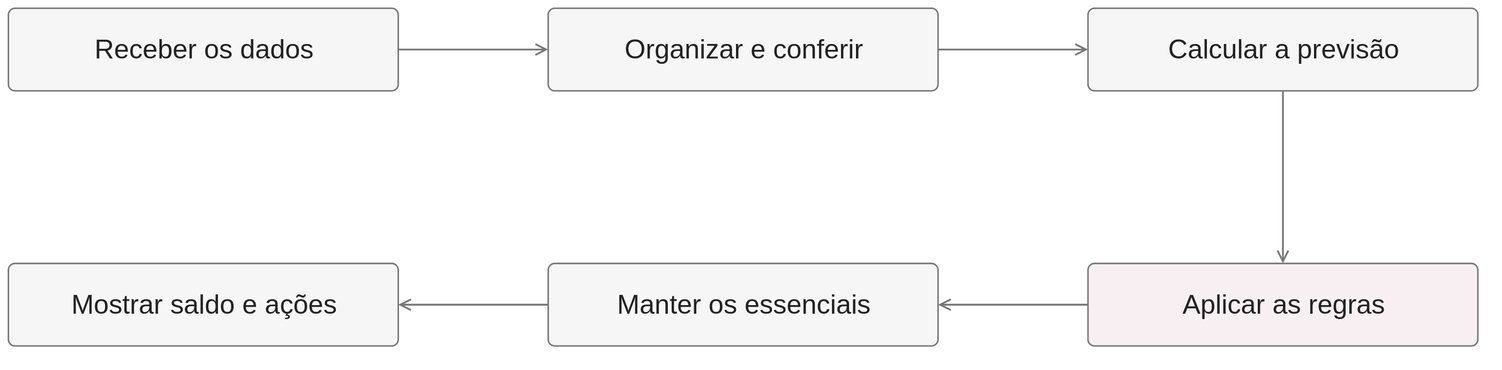
This is entregas/aurora/diagramas/figura3-fluxo.svg from jrzendron/fiap-fase3-atividade-capitulo1-colonia-inteligente, a draw.io export, as it was before one commit. Source tidied: cells renumbered, new cells last; positions are measured from the earlier drawing's top-left corner, leaving out a move shared by most shapes. Source of this version:
```xml
<mxGraphModel background="#FFFFFF">
  <root>
    <mxCell id="0" />
    <mxCell id="1" parent="0" />
    <mxCell id="2" value="Receber os dados" style="rounded=1;arcSize=8;whiteSpace=wrap;html=0;fillColor=#F6F6F6;strokeColor=#777777;strokeWidth=1;fontColor=#222222;fontFamily=Arial;fontSize=18;align=center;verticalAlign=middle;spacing=5;" parent="1" vertex="1">
      <mxGeometry width="260" height="55" as="geometry" />
    </mxCell>
    <mxCell id="3" value="Organizar e conferir" style="rounded=1;arcSize=8;whiteSpace=wrap;html=0;fillColor=#F6F6F6;strokeColor=#777777;strokeWidth=1;fontColor=#222222;fontFamily=Arial;fontSize=18;align=center;verticalAlign=middle;spacing=5;" parent="1" vertex="1">
      <mxGeometry x="360" width="260" height="55" as="geometry" />
    </mxCell>
    <mxCell id="4" value="Calcular a previsão" style="rounded=1;arcSize=8;whiteSpace=wrap;html=0;fillColor=#F6F6F6;strokeColor=#777777;strokeWidth=1;fontColor=#222222;fontFamily=Arial;fontSize=18;align=center;verticalAlign=middle;spacing=5;" parent="1" vertex="1">
      <mxGeometry x="720" width="260" height="55" as="geometry" />
    </mxCell>
    <mxCell id="5" value="Aplicar as regras" style="rounded=1;arcSize=8;whiteSpace=wrap;html=0;fillColor=#F8EFF3;strokeColor=#777777;strokeWidth=1;fontColor=#222222;fontFamily=Arial;fontSize=18;align=center;verticalAlign=middle;spacing=5;" parent="1" vertex="1">
      <mxGeometry x="720" y="170" width="260" height="55" as="geometry" />
    </mxCell>
    <mxCell id="6" value="Manter os essenciais" style="rounded=1;arcSize=8;whiteSpace=wrap;html=0;fillColor=#F6F6F6;strokeColor=#777777;strokeWidth=1;fontColor=#222222;fontFamily=Arial;fontSize=18;align=center;verticalAlign=middle;spacing=5;" parent="1" vertex="1">
      <mxGeometry x="360" y="170" width="260" height="55" as="geometry" />
    </mxCell>
    <mxCell id="7" value="Mostrar saldo e ações" style="rounded=1;arcSize=8;whiteSpace=wrap;html=0;fillColor=#F6F6F6;strokeColor=#777777;strokeWidth=1;fontColor=#222222;fontFamily=Arial;fontSize=18;align=center;verticalAlign=middle;spacing=5;" parent="1" vertex="1">
      <mxGeometry y="170" width="260" height="55" as="geometry" />
    </mxCell>
    <mxCell id="8" style="edgeStyle=none;html=0;endArrow=open;endFill=0;strokeColor=#777777;strokeWidth=1.2;" parent="1" edge="1" source="2" target="3">
      <mxGeometry relative="1" as="geometry" />
    </mxCell>
    <mxCell id="9" style="edgeStyle=none;html=0;endArrow=open;endFill=0;strokeColor=#777777;strokeWidth=1.2;" parent="1" edge="1" source="3" target="4">
      <mxGeometry relative="1" as="geometry" />
    </mxCell>
    <mxCell id="10" style="edgeStyle=none;html=0;endArrow=open;endFill=0;strokeColor=#777777;strokeWidth=1.2;" parent="1" edge="1" source="4" target="5">
      <mxGeometry relative="1" as="geometry" />
    </mxCell>
    <mxCell id="11" style="edgeStyle=none;html=0;endArrow=open;endFill=0;strokeColor=#777777;strokeWidth=1.2;" parent="1" edge="1" source="5" target="6">
      <mxGeometry relative="1" as="geometry" />
    </mxCell>
    <mxCell id="12" style="edgeStyle=none;html=0;endArrow=open;endFill=0;strokeColor=#777777;strokeWidth=1.2;" parent="1" edge="1" source="6" target="7">
      <mxGeometry relative="1" as="geometry" />
    </mxCell>
  </root>
</mxGraphModel>
```
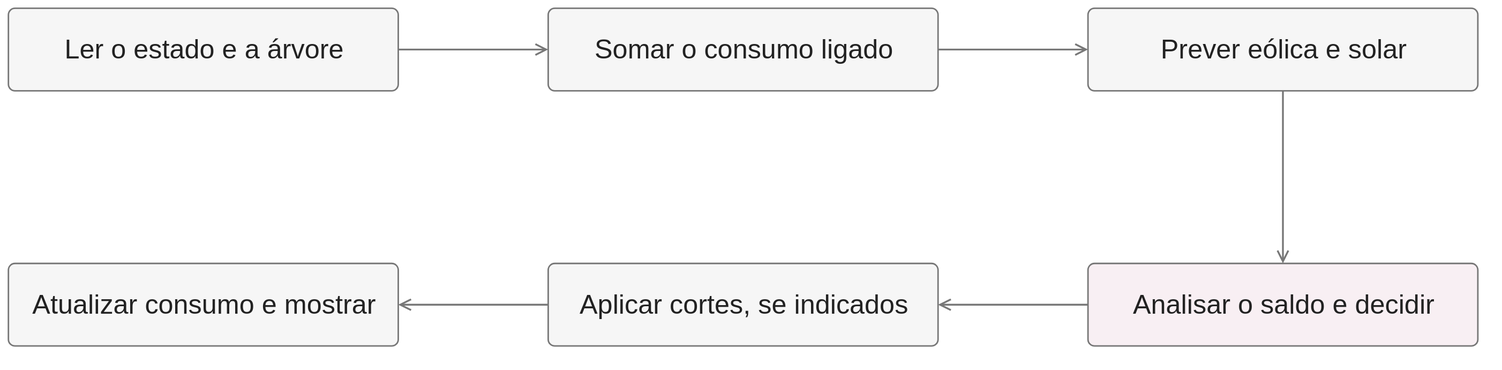
After the commit.

What changed in the source:
```diff
@@ -2,22 +2,22 @@
   <root>
     <mxCell id="0" />
     <mxCell id="1" parent="0" />
-    <mxCell id="2" value="Receber os dados" style="rounded=1;arcSize=8;whiteSpace=wrap;html=0;fillColor=#F6F6F6;strokeColor=#777777;strokeWidth=1;fontColor=#222222;fontFamily=Arial;fontSize=18;align=center;verticalAlign=middle;spacing=5;" parent="1" vertex="1">
+    <mxCell id="2" value="Ler o estado e a árvore" style="rounded=1;arcSize=8;whiteSpace=wrap;html=0;fillColor=#F6F6F6;strokeColor=#777777;strokeWidth=1;fontColor=#222222;fontFamily=Arial;fontSize=18;align=center;verticalAlign=middle;spacing=5;" parent="1" vertex="1">
       <mxGeometry width="260" height="55" as="geometry" />
     </mxCell>
-    <mxCell id="3" value="Organizar e conferir" style="rounded=1;arcSize=8;whiteSpace=wrap;html=0;fillColor=#F6F6F6;strokeColor=#777777;strokeWidth=1;fontColor=#222222;fontFamily=Arial;fontSize=18;align=center;verticalAlign=middle;spacing=5;" parent="1" vertex="1">
+    <mxCell id="3" value="Somar o consumo ligado" style="rounded=1;arcSize=8;whiteSpace=wrap;html=0;fillColor=#F6F6F6;strokeColor=#777777;strokeWidth=1;fontColor=#222222;fontFamily=Arial;fontSize=18;align=center;verticalAlign=middle;spacing=5;" parent="1" vertex="1">
       <mxGeometry x="360" width="260" height="55" as="geometry" />
     </mxCell>
-    <mxCell id="4" value="Calcular a previsão" style="rounded=1;arcSize=8;whiteSpace=wrap;html=0;fillColor=#F6F6F6;strokeColor=#777777;strokeWidth=1;fontColor=#222222;fontFamily=Arial;fontSize=18;align=center;verticalAlign=middle;spacing=5;" parent="1" vertex="1">
+    <mxCell id="4" value="Prever eólica e solar" style="rounded=1;arcSize=8;whiteSpace=wrap;html=0;fillColor=#F6F6F6;strokeColor=#777777;strokeWidth=1;fontColor=#222222;fontFamily=Arial;fontSize=18;align=center;verticalAlign=middle;spacing=5;" parent="1" vertex="1">
       <mxGeometry x="720" width="260" height="55" as="geometry" />
     </mxCell>
-    <mxCell id="5" value="Aplicar as regras" style="rounded=1;arcSize=8;whiteSpace=wrap;html=0;fillColor=#F8EFF3;strokeColor=#777777;strokeWidth=1;fontColor=#222222;fontFamily=Arial;fontSize=18;align=center;verticalAlign=middle;spacing=5;" parent="1" vertex="1">
+    <mxCell id="5" value="Analisar o saldo e decidir" style="rounded=1;arcSize=8;whiteSpace=wrap;html=0;fillColor=#F8EFF3;strokeColor=#777777;strokeWidth=1;fontColor=#222222;fontFamily=Arial;fontSize=18;align=center;verticalAlign=middle;spacing=5;" parent="1" vertex="1">
       <mxGeometry x="720" y="170" width="260" height="55" as="geometry" />
     </mxCell>
-    <mxCell id="6" value="Manter os essenciais" style="rounded=1;arcSize=8;whiteSpace=wrap;html=0;fillColor=#F6F6F6;strokeColor=#777777;strokeWidth=1;fontColor=#222222;fontFamily=Arial;fontSize=18;align=center;verticalAlign=middle;spacing=5;" parent="1" vertex="1">
+    <mxCell id="6" value="Aplicar cortes, se indicados" style="rounded=1;arcSize=8;whiteSpace=wrap;html=0;fillColor=#F6F6F6;strokeColor=#777777;strokeWidth=1;fontColor=#222222;fontFamily=Arial;fontSize=18;align=center;verticalAlign=middle;spacing=5;" parent="1" vertex="1">
       <mxGeometry x="360" y="170" width="260" height="55" as="geometry" />
     </mxCell>
-    <mxCell id="7" value="Mostrar saldo e ações" style="rounded=1;arcSize=8;whiteSpace=wrap;html=0;fillColor=#F6F6F6;strokeColor=#777777;strokeWidth=1;fontColor=#222222;fontFamily=Arial;fontSize=18;align=center;verticalAlign=middle;spacing=5;" parent="1" vertex="1">
+    <mxCell id="7" value="Atualizar consumo e mostrar" style="rounded=1;arcSize=8;whiteSpace=wrap;html=0;fillColor=#F6F6F6;strokeColor=#777777;strokeWidth=1;fontColor=#222222;fontFamily=Arial;fontSize=18;align=center;verticalAlign=middle;spacing=5;" parent="1" vertex="1">
       <mxGeometry y="170" width="260" height="55" as="geometry" />
     </mxCell>
     <mxCell id="8" style="edgeStyle=none;html=0;endArrow=open;endFill=0;strokeColor=#777777;strokeWidth=1.2;" parent="1" edge="1" source="2" target="3">
```
